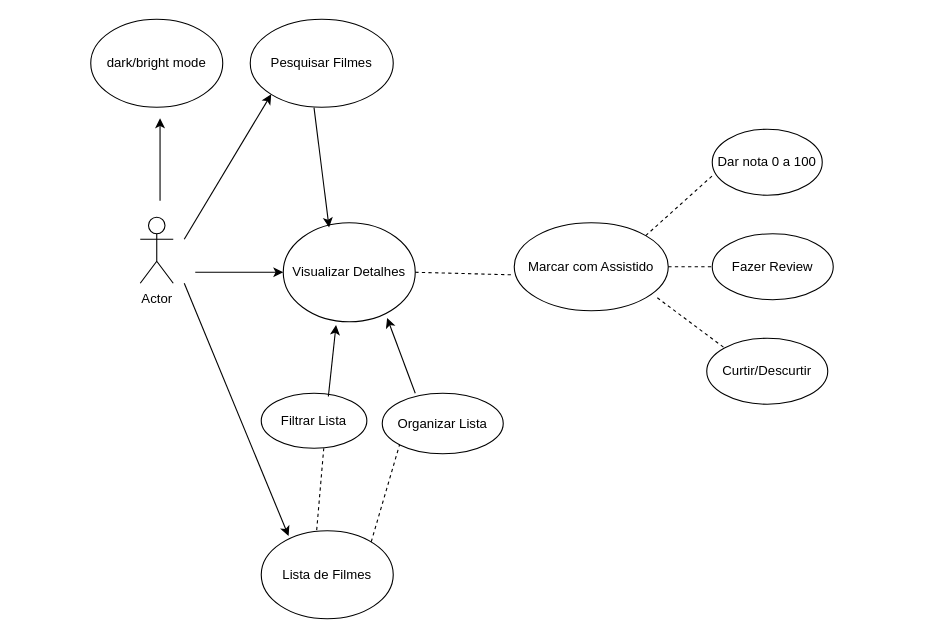
Before: src/casodeusoCineView.drawio in ICEI-PUC-Minas-PMV-ADS/filmes, a draw.io diagram. Source tidied: cells renumbered, new cells numbered last; positions are measured from the earlier drawing's top-left corner, leaving out a move shared by most shapes. Both pictures are drawn from the tidied source at 110%, with x=0, y=0 at pixel (90, 19).
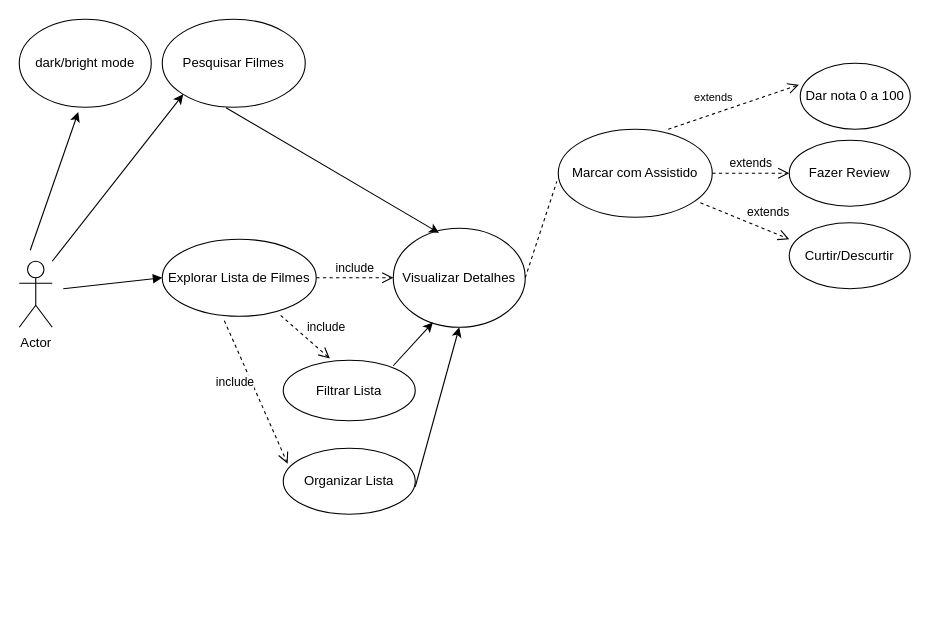
The same diagram, later.

Commit message (it also covers changes not shown here):
diagrama atualizado

Change to the diagram source:
```diff
@@
     <mxCell id="2" value="Actor" style="shape=umlActor;verticalLabelPosition=bottom;verticalAlign=top;html=1;" parent="1" vertex="1">
-      <mxGeometry x="45" y="180" width="30" height="60" as="geometry" />
+      <mxGeometry x="-65" y="220" width="30" height="60" as="geometry" />
     </mxCell>
     <mxCell id="3" style="endArrow=classic;html=1;rounded=0;entryX=0;entryY=1;entryDx=0;entryDy=0;" parent="1" edge="1" target="5">
       <mxGeometry relative="1" as="geometry">
-        <mxPoint x="85" y="200" as="sourcePoint" />
+        <mxPoint x="-35" y="220" as="sourcePoint" />
       </mxGeometry>
     </mxCell>
-    <mxCell id="4" style="endArrow=classic;html=1;rounded=0;entryX=0.207;entryY=0.06;entryDx=0;entryDy=0;entryPerimeter=0;" parent="1" edge="1" target="12">
-      <mxGeometry relative="1" as="geometry">
-        <mxPoint x="85" y="240" as="sourcePoint" />
-      </mxGeometry>
-    </mxCell>
     <mxCell id="5" value="&lt;span style=&quot;background-color: rgb(255, 255, 255);&quot;&gt;Pesquisar Filmes&lt;br&gt;&lt;/span&gt;" style="ellipse;whiteSpace=wrap;html=1;" parent="1" vertex="1">
-      <mxGeometry x="145" width="130" height="80" as="geometry" />
+      <mxGeometry x="65" width="130" height="80" as="geometry" />
     </mxCell>
     <mxCell id="6" value="Visualizar Detalhes" style="ellipse;whiteSpace=wrap;html=1;" parent="1" vertex="1">
-      <mxGeometry x="175" y="185" width="120" height="90" as="geometry" />
+      <mxGeometry x="275" y="190" width="120" height="90" as="geometry" />
     </mxCell>
     <mxCell id="7" value="Dar nota 0 a 100" style="ellipse;whiteSpace=wrap;html=1;" parent="1" vertex="1">
-      <mxGeometry x="565" y="100" width="100" height="60" as="geometry" />
+      <mxGeometry x="645" y="40" width="100" height="60" as="geometry" />
     </mxCell>
     <mxCell id="8" value="Marcar com Assistido" style="ellipse;whiteSpace=wrap;html=1;" parent="1" vertex="1">
-      <mxGeometry x="385" y="185" width="140" height="80" as="geometry" />
+      <mxGeometry x="425" y="100" width="140" height="80" as="geometry" />
     </mxCell>
     <mxCell id="9" value="Fazer Review" style="ellipse;whiteSpace=wrap;html=1;" parent="1" vertex="1">
-      <mxGeometry x="565" y="195" width="110" height="60" as="geometry" />
+      <mxGeometry x="635" y="110" width="110" height="60" as="geometry" />
     </mxCell>
-    <mxCell id="10" style="endArrow=classic;html=1;rounded=0;" parent="1" edge="1">
-      <mxGeometry relative="1" as="geometry">
-        <mxPoint x="95" y="230" as="sourcePoint" />
-        <mxPoint x="175" y="230" as="targetPoint" />
-        <Array as="points">
-          <mxPoint x="135" y="230" />
-        </Array>
-      </mxGeometry>
-    </mxCell>
-    <mxCell id="11" style="edgeStyle=orthogonalEdgeStyle;rounded=0;jettySize=auto;html=1;exitX=0.5;exitY=0;exitDx=0;exitDy=0;" parent="1" edge="1" source="12">
+    <mxCell id="11" style="edgeStyle=orthogonalEdgeStyle;rounded=0;orthogonalLoop=1;jettySize=auto;html=1;exitX=0.5;exitY=0;exitDx=0;exitDy=0;" parent="1" edge="1">
       <mxGeometry relative="1" as="geometry">
+        <mxPoint x="215" y="465" as="sourcePoint" />
         <mxPoint x="215" y="465" as="targetPoint" />
       </mxGeometry>
     </mxCell>
-    <mxCell id="12" value="Lista de Filmes" style="ellipse;whiteSpace=wrap;html=1;" parent="1" vertex="1">
-      <mxGeometry x="155" y="465" width="120" height="80" as="geometry" />
-    </mxCell>
@@
-    <mxCell id="14" style="endArrow=classic;html=1;rounded=0;" parent="1" edge="1">
+    <mxCell id="14" style="endArrow=classic;html=1;rounded=0;entryX=0.447;entryY=1.055;entryDx=0;entryDy=0;entryPerimeter=0;" parent="1" edge="1" target="15">
       <mxGeometry relative="1" as="geometry">
-        <mxPoint x="63" y="165" as="sourcePoint" />
-        <mxPoint x="63" y="90" as="targetPoint" />
+        <mxPoint x="-55" y="210" as="sourcePoint" />
       </mxGeometry>
     </mxCell>
     <mxCell id="15" value="dark/bright mode" style="ellipse;whiteSpace=wrap;html=1;" parent="1" vertex="1">
-      <mxGeometry width="120" height="80" as="geometry" />
+      <mxGeometry x="-65" width="120" height="80" as="geometry" />
     </mxCell>
     <mxCell id="16" value="Curtir/Descurtir" style="ellipse;whiteSpace=wrap;html=1;" parent="1" vertex="1">
-      <mxGeometry x="560" y="290" width="110" height="60" as="geometry" />
+      <mxGeometry x="635" y="185" width="110" height="60" as="geometry" />
     </mxCell>
@@
-    <mxCell id="18" style="endArrow=none;dashed=1;html=1;rounded=0;entryX=0.004;entryY=0.7;entryDx=0;entryDy=0;entryPerimeter=0;exitX=1;exitY=0;exitDx=0;exitDy=0;" parent="1" edge="1" source="8" target="7">
-      <mxGeometry relative="1" as="geometry" />
-    </mxCell>
-    <mxCell id="19" style="endArrow=none;dashed=1;html=1;rounded=0;exitX=1;exitY=0.5;exitDx=0;exitDy=0;" parent="1" edge="1" source="8">
-      <mxGeometry relative="1" as="geometry">
-        <mxPoint x="565" y="225" as="targetPoint" />
-      </mxGeometry>
-    </mxCell>
-    <mxCell id="20" style="endArrow=none;dashed=1;html=1;rounded=0;exitX=0.929;exitY=0.853;exitDx=0;exitDy=0;exitPerimeter=0;entryX=0;entryY=0;entryDx=0;entryDy=0;" parent="1" edge="1" source="8" target="16">
-      <mxGeometry relative="1" as="geometry" />
-    </mxCell>
     <mxCell id="21" value="Filtrar Lista" style="ellipse;whiteSpace=wrap;html=1;" parent="1" vertex="1">
-      <mxGeometry x="155" y="340" width="96" height="50" as="geometry" />
+      <mxGeometry x="175" y="310" width="120" height="55" as="geometry" />
     </mxCell>
     <mxCell id="22" value="Organizar Lista" style="ellipse;whiteSpace=wrap;html=1;" parent="1" vertex="1">
-      <mxGeometry x="265" y="340" width="110" height="55" as="geometry" />
+      <mxGeometry x="175" y="390" width="120" height="60" as="geometry" />
     </mxCell>
-    <mxCell id="23" style="endArrow=none;dashed=1;html=1;rounded=0;entryX=0.592;entryY=1;entryDx=0;entryDy=0;entryPerimeter=0;exitX=0.42;exitY=-0.007;exitDx=0;exitDy=0;exitPerimeter=0;" parent="1" edge="1" source="12" target="21">
-      <mxGeometry relative="1" as="geometry" />
-    </mxCell>
-    <mxCell id="24" style="endArrow=none;dashed=1;html=1;rounded=0;entryX=0;entryY=1;entryDx=0;entryDy=0;" parent="1" edge="1" target="22">
-      <mxGeometry relative="1" as="geometry">
-        <mxPoint x="255" y="475" as="sourcePoint" />
-      </mxGeometry>
-    </mxCell>
-    <mxCell id="25" style="endArrow=classic;html=1;rounded=0;entryX=0.787;entryY=0.962;entryDx=0;entryDy=0;entryPerimeter=0;" parent="1" edge="1" target="6">
-      <mxGeometry relative="1" as="geometry">
-        <mxPoint x="295" y="340" as="sourcePoint" />
-      </mxGeometry>
-    </mxCell>
-    <mxCell id="26" style="endArrow=classic;html=1;rounded=0;entryX=0.4;entryY=1.033;entryDx=0;entryDy=0;entryPerimeter=0;" parent="1" edge="1" target="6">
-      <mxGeometry relative="1" as="geometry">
-        <mxPoint x="216" y="343" as="sourcePoint" />
-      </mxGeometry>
-    </mxCell>
+    <mxCell id="27" value="Explorar Lista de Filmes" style="ellipse;whiteSpace=wrap;html=1;" parent="1" vertex="1">
+      <mxGeometry x="65" y="200" width="140" height="70" as="geometry" />
+    </mxCell>
+    <mxCell id="18" value="&lt;font style=&quot;font-size: 10px;&quot;&gt;extends&lt;/font&gt;" style="html=1;verticalAlign=bottom;endArrow=open;dashed=1;endSize=8;curved=0;rounded=0;exitX=0.714;exitY=0;exitDx=0;exitDy=0;exitPerimeter=0;entryX=-0.012;entryY=0.327;entryDx=0;entryDy=0;entryPerimeter=0;align=right;" parent="1" edge="1" source="8" target="7">
+      <mxGeometry relative="1" as="geometry" />
+    </mxCell>
+    <mxCell id="28" value="extends" style="html=1;verticalAlign=bottom;endArrow=open;dashed=1;endSize=8;curved=0;rounded=0;exitX=1;exitY=0.5;exitDx=0;exitDy=0;entryX=0;entryY=0.5;entryDx=0;entryDy=0;" parent="1" edge="1" source="8" target="9">
+      <mxGeometry relative="1" as="geometry" />
+    </mxCell>
+    <mxCell id="20" value="extends" style="html=1;verticalAlign=bottom;endArrow=open;dashed=1;endSize=8;curved=0;rounded=0;entryX=0;entryY=0.25;entryDx=0;entryDy=0;entryPerimeter=0;exitX=0.923;exitY=0.835;exitDx=0;exitDy=0;exitPerimeter=0;align=left;" parent="1" edge="1" source="8" target="16">
+      <mxGeometry relative="1" as="geometry" />
+    </mxCell>
+    <mxCell id="29" style="html=1;verticalAlign=bottom;endArrow=block;curved=0;rounded=0;entryX=0;entryY=0.5;entryDx=0;entryDy=0;" parent="1" edge="1" target="27">
+      <mxGeometry relative="1" as="geometry">
+        <mxPoint x="-25" y="245" as="sourcePoint" />
+      </mxGeometry>
+    </mxCell>
+    <mxCell id="30" value="include" style="html=1;verticalAlign=bottom;endArrow=open;dashed=1;endSize=8;curved=0;rounded=0;entryX=0;entryY=0.5;entryDx=0;entryDy=0;" parent="1" edge="1" target="6">
+      <mxGeometry relative="1" as="geometry">
+        <mxPoint x="205" y="235" as="sourcePoint" />
+      </mxGeometry>
+    </mxCell>
+    <mxCell id="31" value="include" style="html=1;verticalAlign=bottom;endArrow=open;dashed=1;endSize=8;curved=0;rounded=0;entryX=0.353;entryY=-0.029;entryDx=0;entryDy=0;entryPerimeter=0;exitX=0.769;exitY=0.989;exitDx=0;exitDy=0;exitPerimeter=0;align=left;" parent="1" edge="1" source="27" target="21">
+      <mxGeometry relative="1" as="geometry" />
+    </mxCell>
+    <mxCell id="32" value="&lt;div style=&quot;text-align: justify;&quot;&gt;include&lt;/div&gt;" style="html=1;verticalAlign=bottom;endArrow=open;dashed=1;endSize=8;curved=0;rounded=0;entryX=0.353;entryY=-0.029;entryDx=0;entryDy=0;entryPerimeter=0;exitX=0.403;exitY=1.057;exitDx=0;exitDy=0;exitPerimeter=0;align=right;" parent="1" edge="1" source="27">
+      <mxGeometry relative="1" as="geometry">
+        <mxPoint x="179" y="404" as="targetPoint" />
+      </mxGeometry>
+    </mxCell>
+    <mxCell id="33" style="endArrow=classic;html=1;rounded=0;entryX=0.3;entryY=0.951;entryDx=0;entryDy=0;entryPerimeter=0;" parent="1" edge="1" target="6">
+      <mxGeometry relative="1" as="geometry">
+        <mxPoint x="275" y="315" as="sourcePoint" />
+      </mxGeometry>
+    </mxCell>
+    <mxCell id="34" style="endArrow=classic;html=1;rounded=0;entryX=0.5;entryY=1;entryDx=0;entryDy=0;" parent="1" edge="1" target="6">
+      <mxGeometry relative="1" as="geometry">
+        <mxPoint x="295" y="425" as="sourcePoint" />
+      </mxGeometry>
+    </mxCell>
```
